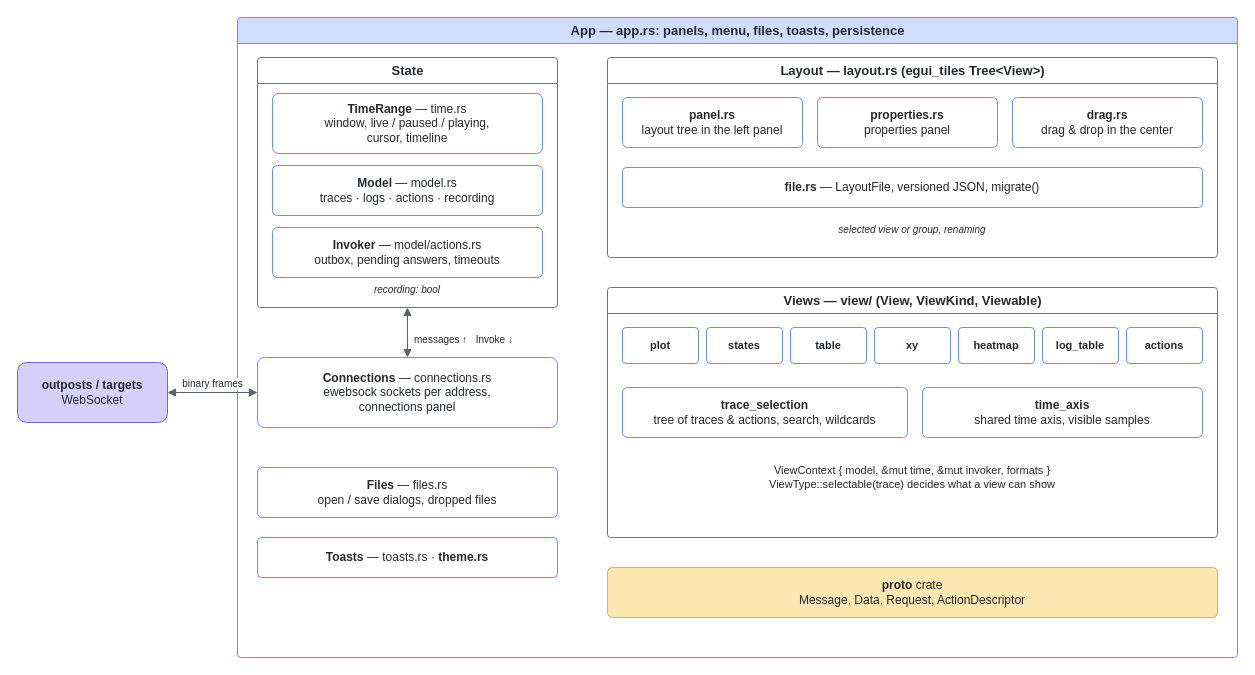
Earlier version of the draw.io diagram doc/source/diagrams/blip-modules.drawio (stefanluethi/blip). Source tidied: cells renumbered, new cells numbered last; positions are measured from the earlier drawing's top-left corner, leaving out a move shared by most shapes. Both pictures are drawn from the tidied source at 100%, with x=0, y=0 at pixel (17, 17).
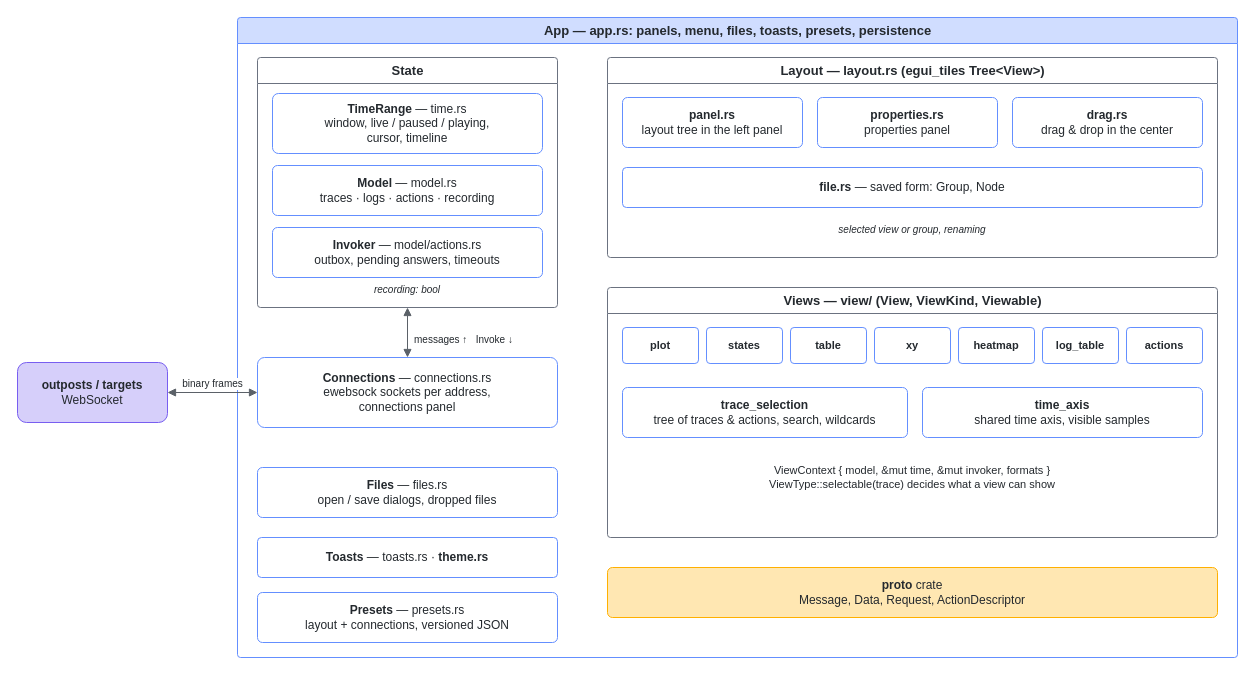
The same page after the edit.

The change refers to these unchanged cells:
```xml
<mxCell id="11" value="&lt;b&gt;Layout&lt;/b&gt; — layout.rs (egui_tiles Tree&amp;lt;View&amp;gt;)" style="fontColor=#24292e;fontFamily=Fira Sans,Helvetica,Arial,sans-serif;swimlane;startSize=26;html=1;rounded=1;arcSize=4;fillColor=#ffffff;strokeColor=#6b7280;fontSize=13;swimlaneFillColor=none;" parent="2" vertex="1">
  <mxGeometry x="370" y="40" width="610" height="200" as="geometry" />
</mxCell>
```

Diff of the diagram source:
```diff
@@
-    <mxCell id="2" value="&lt;b&gt;App&lt;/b&gt; — app.rs: panels, menu, files, toasts, persistence" style="fontColor=#24292e;fontFamily=Fira Sans,Helvetica,Arial,sans-serif;swimlane;startSize=26;html=1;rounded=1;arcSize=4;fillColor=#d0ddff;strokeColor=#648fff;fontSize=13;swimlaneFillColor=none;" parent="1" vertex="1">
+    <mxCell id="2" value="&lt;b&gt;App&lt;/b&gt; — app.rs: panels, menu, files, toasts, presets, persistence" style="fontColor=#24292e;fontFamily=Fira Sans,Helvetica,Arial,sans-serif;swimlane;startSize=26;html=1;rounded=1;arcSize=4;fillColor=#d0ddff;strokeColor=#648fff;fontSize=13;swimlaneFillColor=none;" parent="1" vertex="1">
       <mxGeometry x="220" width="1000" height="640" as="geometry" />
     </mxCell>
@@
+    <mxCell id="33" value="&lt;b&gt;Presets&lt;/b&gt; — presets.rs&lt;br&gt;layout + connections, versioned JSON" style="fontColor=#24292e;fontFamily=Fira Sans,Helvetica,Arial,sans-serif;rounded=1;whiteSpace=wrap;html=1;arcSize=10;fillColor=#ffffff;strokeColor=#648fff;fontSize=12;" parent="2" vertex="1">
+      <mxGeometry x="20" y="575" width="300" height="50" as="geometry" />
+    </mxCell>
@@
-    <mxCell id="15" value="&lt;b&gt;file.rs&lt;/b&gt; — LayoutFile, versioned JSON, migrate()" style="fontColor=#24292e;fontFamily=Fira Sans,Helvetica,Arial,sans-serif;rounded=1;whiteSpace=wrap;html=1;arcSize=10;fillColor=#ffffff;strokeColor=#648fff;fontSize=12;" parent="11" vertex="1">
+    <mxCell id="15" value="&lt;b&gt;file.rs&lt;/b&gt; — saved form: Group, Node" style="fontColor=#24292e;fontFamily=Fira Sans,Helvetica,Arial,sans-serif;rounded=1;whiteSpace=wrap;html=1;arcSize=10;fillColor=#ffffff;strokeColor=#648fff;fontSize=12;" parent="11" vertex="1">
       <mxGeometry x="15" y="110" width="580" height="40" as="geometry" />
     </mxCell>
```
